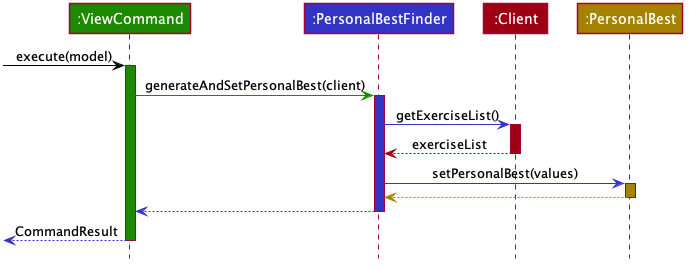
Before: images/PersonalBestSequenceDiagram.png, a diagram exported from PlantUML (AY1920S2-CS2103T-F11-2/main). Source of this version:
```plantuml
@startuml








skinparam BackgroundColor #FFFFFFF

skinparam Shadowing false

skinparam Class {
    FontColor #FFFFFF
    BorderThickness 1
    BorderColor #FFFFFF
    StereotypeFontColor #FFFFFF
    FontName Arial
}

skinparam Actor {
    BorderColor #000000
    Color #000000
    FontName Arial
}

skinparam Sequence {
    MessageAlign center
    BoxFontSize 15
    BoxPadding 0
    BoxFontColor #FFFFFF
    FontName Arial
}

skinparam Participant {
    FontColor #FFFFFFF
    Padding 20
}

skinparam MinClassWidth 50
skinparam ParticipantPadding 10
skinparam Shadowing false
skinparam DefaultTextAlignment center
skinparam packageStyle Rectangle

hide footbox
hide members
hide circle

Participant ":ViewCommand" as ui #1D8900
Participant ":PersonalBestFinder" as logic #3333C4
Participant ":Client" as model #9D0012
Participant ":PersonalBest" as storage #A38300

-[#000000]> ui : execute(model)
activate ui #1D8900

ui -[#1D8900]> logic : generateAndSetPersonalBest(client)
activate logic #3333C4

logic -[#3333C4]> model : getExerciseList()
activate model #9D0012

model -[#9D0012]-> logic : exerciseList
deactivate model

logic -[#3333C4]> storage : setPersonalBest(values)
activate storage #A38300

storage --[#A38300]> logic
deactivate storage

logic --[#3333C4]> ui
deactivate logic

[<[#3333C4]-- ui : CommandResult

deactivate ui
@enduml
```
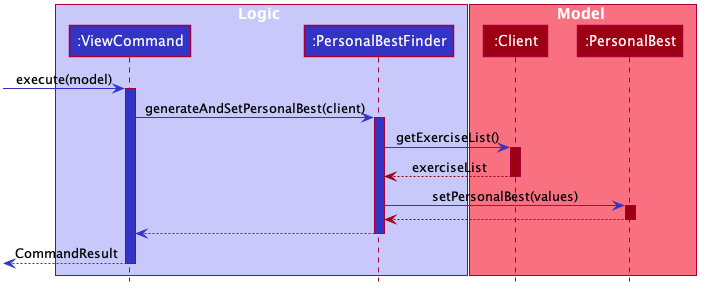
Above is the later version.

The edit, as a diff of the source:
```diff
@@ -48,33 +48,38 @@
 hide members
 hide circle
 
-Participant ":ViewCommand" as ui #1D8900
-Participant ":PersonalBestFinder" as logic #3333C4
-Participant ":Client" as model #9D0012
-Participant ":PersonalBest" as storage #A38300
+box Logic #C8C8FA
+    Participant ":ViewCommand" as ViewCommand #3333C4
+    Participant ":PersonalBestFinder" as PersonalBestFinder #3333C4
+end box
 
--[#000000]> ui : execute(model)
-activate ui #1D8900
+box Model #F97181
+    Participant ":Client" as Client #9D0012
+    Participant ":PersonalBest" as PersonalBest #9D0012
+endbox
 
-ui -[#1D8900]> logic : generateAndSetPersonalBest(client)
-activate logic #3333C4
+[-[#3333C4]> ViewCommand : execute(model)
 
-logic -[#3333C4]> model : getExerciseList()
-activate model #9D0012
+activate ViewCommand #3333C4
+ViewCommand -[#3333C4]> PersonalBestFinder : generateAndSetPersonalBest(client)
 
-model -[#9D0012]-> logic : exerciseList
-deactivate model
+activate PersonalBestFinder #3333C4
+PersonalBestFinder -[#3333C4]> Client : getExerciseList()
 
-logic -[#3333C4]> storage : setPersonalBest(values)
-activate storage #A38300
+activate Client #9D0012
+PersonalBestFinder <[#9D0012]-- Client : exerciseList
+deactivate Client
 
-storage --[#A38300]> logic
-deactivate storage
+PersonalBestFinder -[#3333C4]> PersonalBest : setPersonalBest(values)
+activate PersonalBest #9D0012
+PersonalBestFinder <[#9D0012]-- PersonalBest
+deactivate PersonalBest
 
-logic --[#3333C4]> ui
-deactivate logic
+ViewCommand <[#3333C4]-- PersonalBestFinder
+deactivate PersonalBestFinder
 
-[<[#3333C4]-- ui : CommandResult
+<[#3333C4]-- ViewCommand : CommandResult
 
-deactivate ui
+deactivate ViewCommand
+
 @enduml
```
